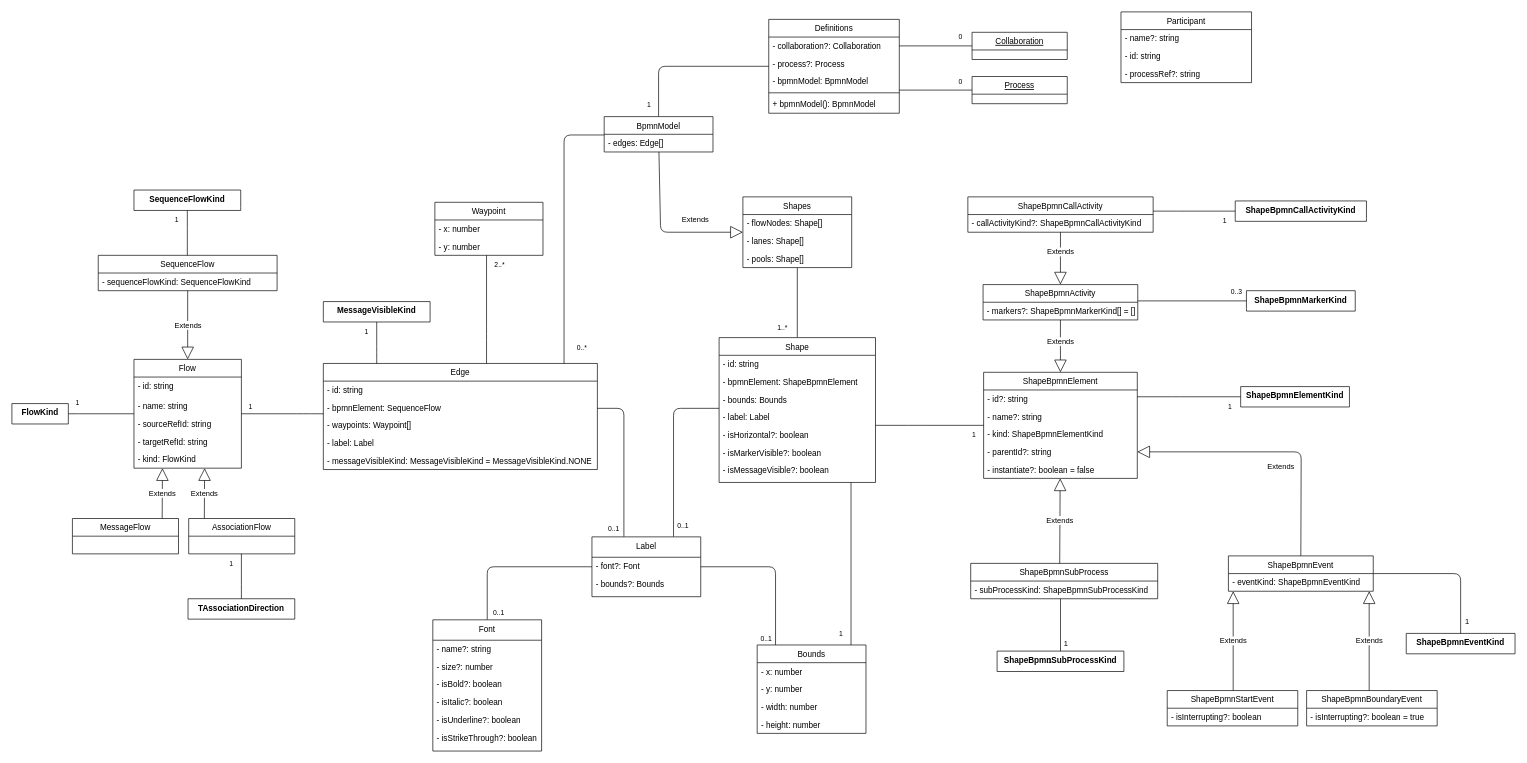
Above: docs/architecture/images/architecture/internal-model.drawio in process-analytics/bpmn-visualization-js (draw.io), before the change. Source tidied: cells renumbered, new cells numbered last; positions are measured from the earlier drawing's top-left corner, leaving out a move shared by most shapes. Both pictures are drawn from the tidied source at 68%, with x=0, y=0 at pixel (12, 12).
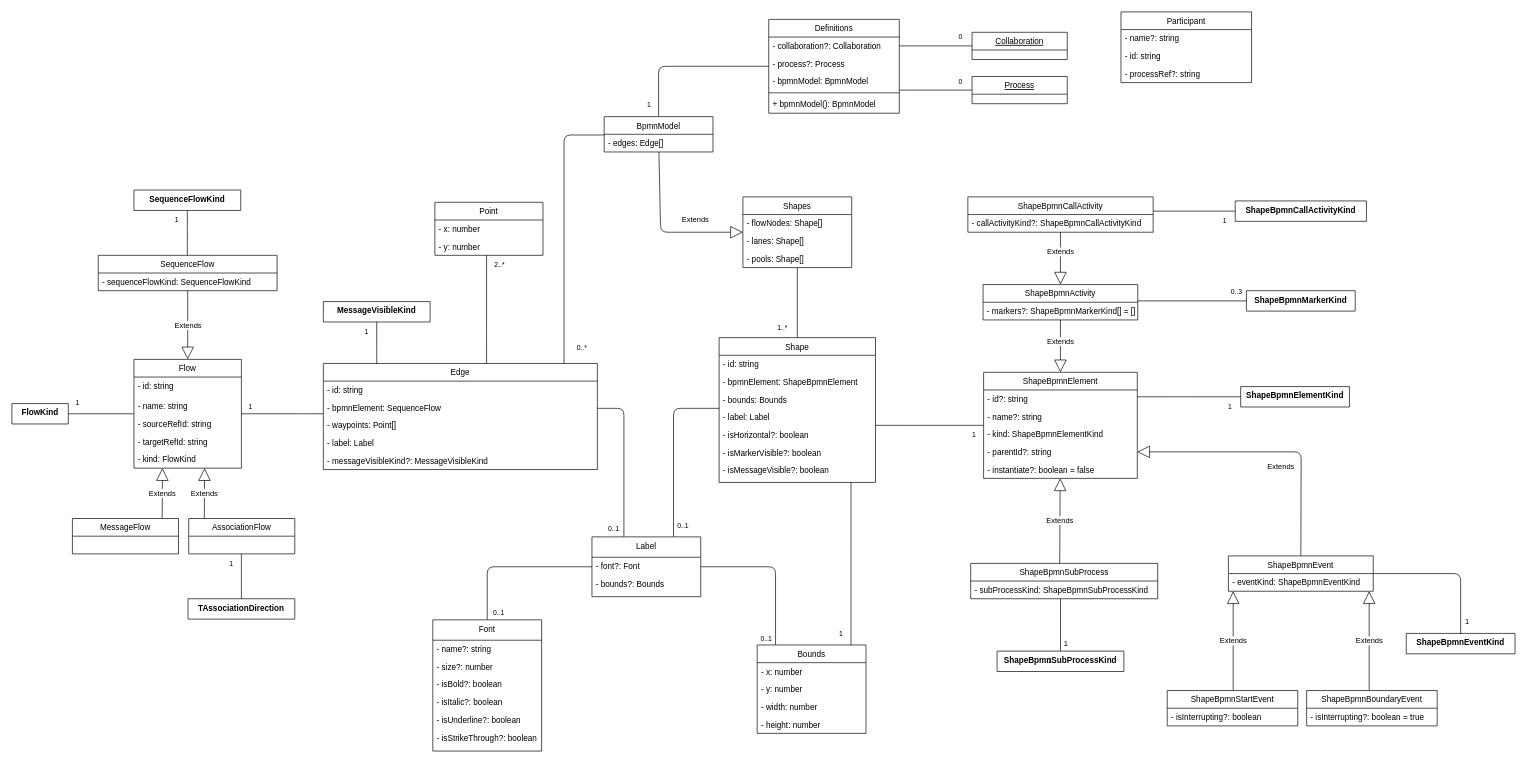
The same diagram, later.

Commit message (it also covers changes not shown here):
Fix internal model doc

Unchanged cells that the change refers to:
```xml
<mxCell id="33" value="Edge" style="swimlane;fontStyle=0;horizontal=1;startSize=26;fillColor=none;shadow=0;" parent="1" vertex="1">
  <mxGeometry x="458" y="517" width="403" height="156" as="geometry" />
</mxCell>
```

What changed in the source:
```diff
@@
-    <mxCell id="36" value="- waypoints: Waypoint[]" style="text;strokeColor=none;fillColor=none;align=left;verticalAlign=top;spacingLeft=4;spacingRight=4;overflow=hidden;shadow=0;" parent="33" vertex="1">
+    <mxCell id="36" value="- waypoints: Point[]" style="text;strokeColor=none;fillColor=none;align=left;verticalAlign=top;spacingLeft=4;spacingRight=4;overflow=hidden;shadow=0;" parent="33" vertex="1">
       <mxGeometry y="78" width="403" height="26" as="geometry" />
     </mxCell>
@@
-    <mxCell id="38" value="- messageVisibleKind: MessageVisibleKind = MessageVisibleKind.NONE" style="text;strokeColor=none;fillColor=none;align=left;verticalAlign=top;spacingLeft=4;spacingRight=4;overflow=hidden;shadow=0;" parent="33" vertex="1">
+    <mxCell id="38" value="- messageVisibleKind?: MessageVisibleKind" style="text;strokeColor=none;fillColor=none;align=left;verticalAlign=top;spacingLeft=4;spacingRight=4;overflow=hidden;shadow=0;" parent="33" vertex="1">
       <mxGeometry y="130" width="403" height="26" as="geometry" />
     </mxCell>
@@
-    <mxCell id="108" value="Waypoint" style="swimlane;fontStyle=0;horizontal=1;startSize=26;fillColor=none;shadow=0;" parent="1" vertex="1">
+    <mxCell id="108" value="Point" style="swimlane;fontStyle=0;horizontal=1;startSize=26;fillColor=none;shadow=0;" parent="1" vertex="1">
       <mxGeometry x="622" y="280" width="159" height="78" as="geometry" />
     </mxCell>
```
